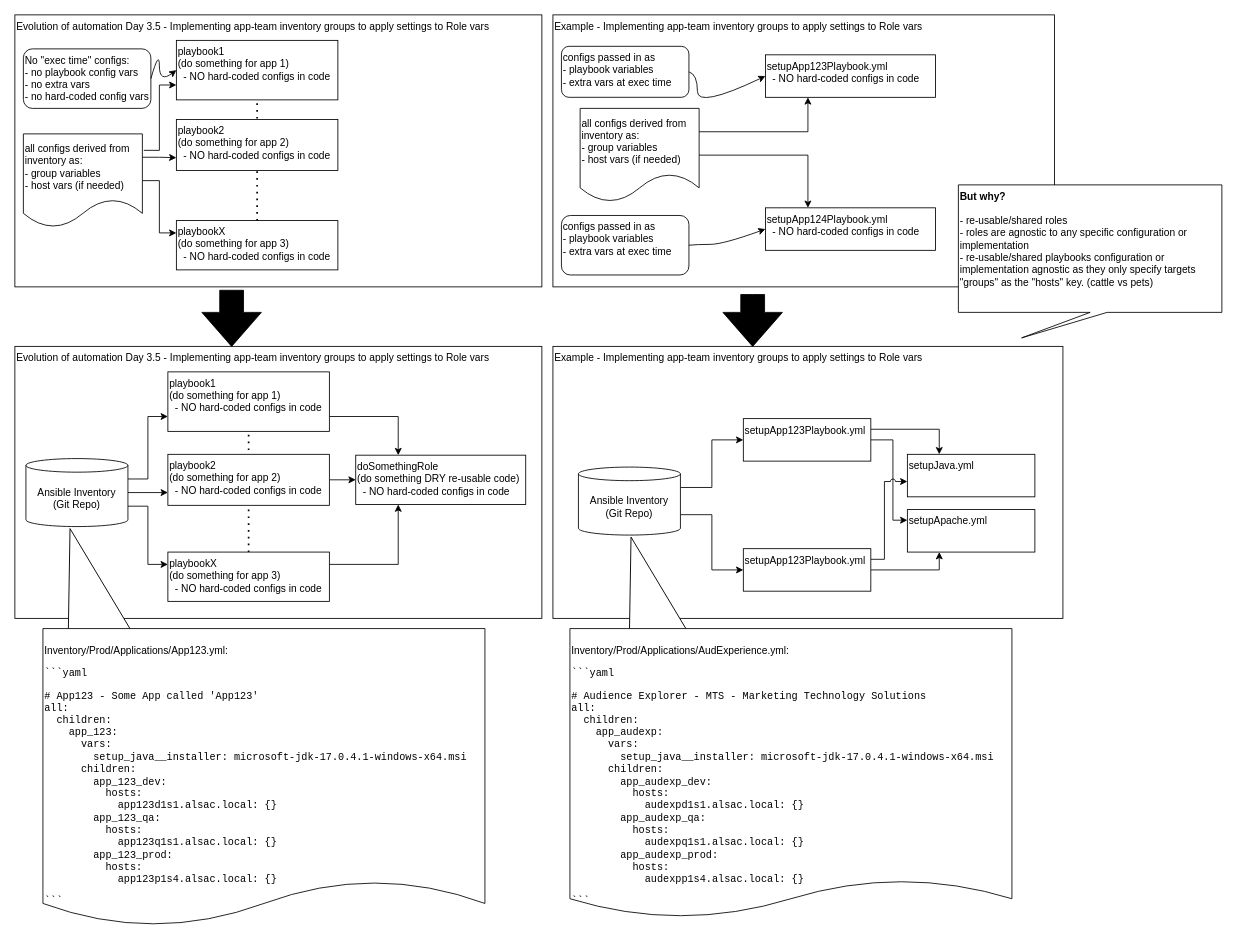
This is page 5 of 15 of docs/infrastructure-as-code/ansible-strategy.drawio from lj020326/ansible-datacenter, a draw.io file, before an edit. Source tidied: cells renumbered, new cells numbered last; positions are measured from the earlier drawing's top-left corner, leaving out a move shared by most shapes. Both pictures are drawn from the tidied source at 85%, with x=0, y=0 at pixel (14, 14).
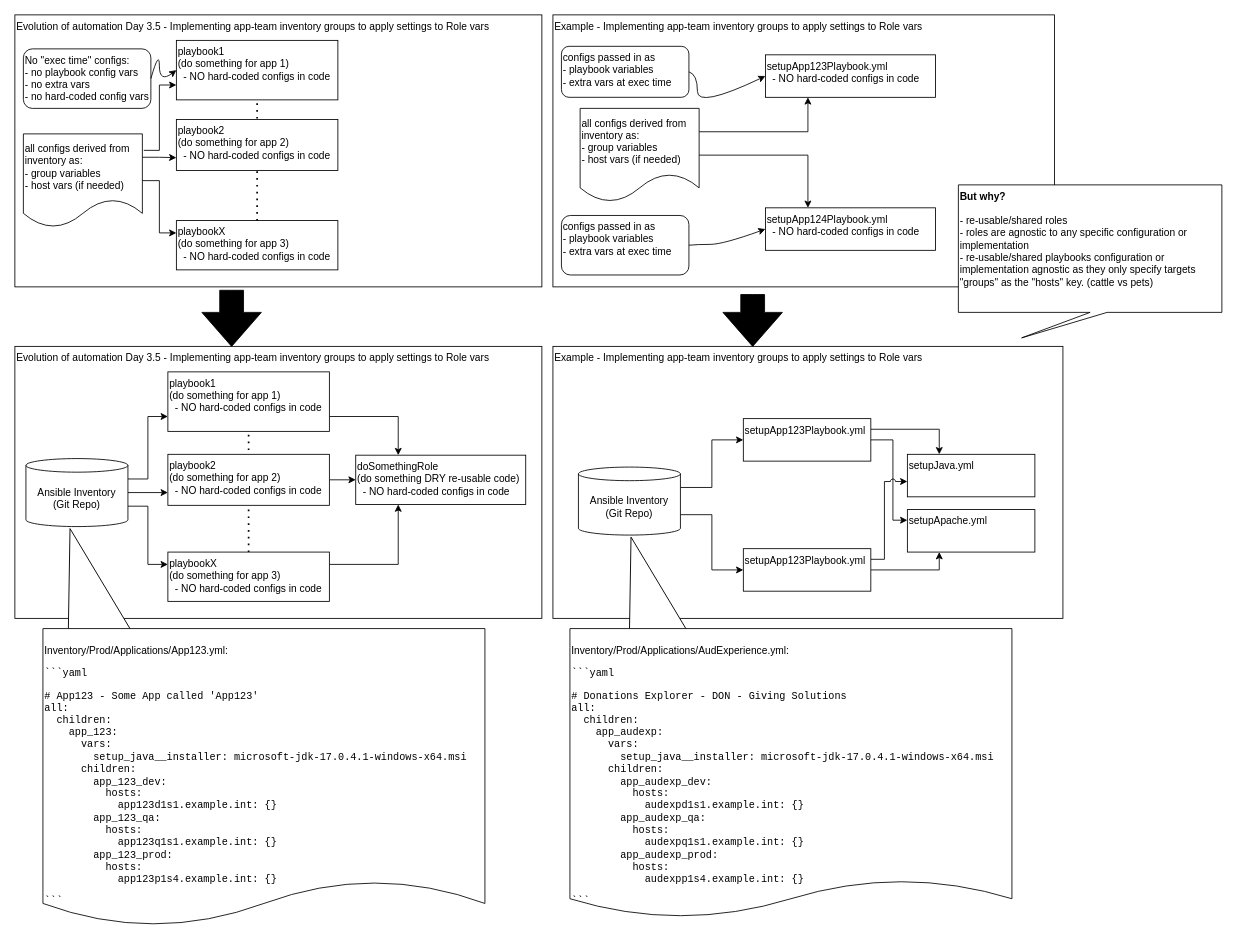
After the change.

Change to the diagram source:
````diff
@@
-    <mxCell id="48" value="&lt;pre style=&quot;overflow-wrap: break-word;&quot;&gt;&lt;span style=&quot;background-color: initial; font-family: Helvetica; white-space: normal;&quot;&gt;Inventory/Prod/Applications/App123.yml:&lt;/span&gt;&lt;br&gt;&lt;/pre&gt;&lt;pre style=&quot;overflow-wrap: break-word;&quot;&gt;```yaml&lt;/pre&gt;&lt;pre style=&quot;overflow-wrap: break-word;&quot;&gt;# App123 - Some App called 'App123'&lt;br&gt;all:&lt;br&gt;  children:&lt;br&gt;    app_123:&lt;br&gt;      vars:&lt;br&gt;        setup_java__installer: microsoft-jdk-17.0.4.1-windows-x64.msi&lt;br&gt;      children:&lt;br&gt;        app_123_dev:&lt;br&gt;          hosts:&lt;br&gt;            app123d1s1.alsac.local: {}&lt;br&gt;        app_123_qa:&lt;br&gt;          hosts:&lt;br&gt;            app123q1s1.alsac.local: {}&lt;br&gt;        app_123_prod:&lt;br&gt;          hosts:&lt;br&gt;            app123p1s4.alsac.local: {}&lt;/pre&gt;&lt;pre style=&quot;overflow-wrap: break-word;&quot;&gt;```&lt;/pre&gt;" style="shape=document;whiteSpace=wrap;html=1;boundedLbl=1;verticalAlign=top;align=left;size=0.15217391304347827;" parent="1" vertex="1">
+    <mxCell id="48" value="&lt;pre style=&quot;overflow-wrap: break-word;&quot;&gt;&lt;span style=&quot;background-color: initial; font-family: Helvetica;&quot;&gt;Inventory/Prod/Applications/App123.yml:&lt;/span&gt;&lt;br&gt;&lt;/pre&gt;&lt;pre style=&quot;overflow-wrap: break-word;&quot;&gt;```yaml&lt;/pre&gt;&lt;pre style=&quot;overflow-wrap: break-word;&quot;&gt;# App123 - Some App called 'App123'&lt;br&gt;all:&lt;br&gt;  children:&lt;br&gt;    app_123:&lt;br&gt;      vars:&lt;br&gt;        setup_java__installer: microsoft-jdk-17.0.4.1-windows-x64.msi&lt;br&gt;      children:&lt;br&gt;        app_123_dev:&lt;br&gt;          hosts:&lt;br&gt;            app123d1s1.example.int: {}&lt;br&gt;        app_123_qa:&lt;br&gt;          hosts:&lt;br&gt;            app123q1s1.example.int: {}&lt;br&gt;        app_123_prod:&lt;br&gt;          hosts:&lt;br&gt;            app123p1s4.example.int: {}&lt;br&gt;&lt;/pre&gt;&lt;pre style=&quot;overflow-wrap: break-word;&quot;&gt;```&lt;/pre&gt;" style="shape=document;whiteSpace=wrap;html=1;boundedLbl=1;verticalAlign=top;align=left;size=0.15217391304347827;" parent="1" vertex="1">
       <mxGeometry x="33" y="722" width="520" height="350" as="geometry" />
     </mxCell>
@@
-    <mxCell id="50" value="&lt;pre style=&quot;overflow-wrap: break-word;&quot;&gt;&lt;span style=&quot;background-color: initial; font-family: Helvetica; white-space: normal;&quot;&gt;Inventory/Prod/Applications/AudExperience.yml:&lt;/span&gt;&lt;br&gt;&lt;/pre&gt;&lt;pre style=&quot;overflow-wrap: break-word;&quot;&gt;```yaml&lt;/pre&gt;&lt;pre style=&quot;overflow-wrap: break-word;&quot;&gt;# Audience Explorer - MTS - Marketing Technology Solutions&lt;br&gt;all:&lt;br&gt;  children:&lt;br&gt;    app_audexp:&lt;br&gt;      vars:&lt;br&gt;        setup_java__installer: microsoft-jdk-17.0.4.1-windows-x64.msi&lt;br&gt;      children:&lt;br&gt;        app_audexp_dev:&lt;br&gt;          hosts:&lt;br&gt;            audexpd1s1.alsac.local: {}&lt;br&gt;        app_audexp_qa:&lt;br&gt;          hosts:&lt;br&gt;            audexpq1s1.alsac.local: {}&lt;br&gt;        app_audexp_prod:&lt;br&gt;          hosts:&lt;br&gt;            audexpp1s4.alsac.local: {}&lt;/pre&gt;&lt;pre style=&quot;overflow-wrap: break-word;&quot;&gt;```&lt;/pre&gt;" style="shape=document;whiteSpace=wrap;html=1;boundedLbl=1;verticalAlign=top;align=left;size=0.13043478260869565;" parent="1" vertex="1">
+    <mxCell id="50" value="&lt;pre style=&quot;overflow-wrap: break-word;&quot;&gt;&lt;span style=&quot;background-color: initial; font-family: Helvetica;&quot;&gt;Inventory/Prod/Applications/AudExperience.yml:&lt;/span&gt;&lt;br&gt;&lt;/pre&gt;&lt;pre style=&quot;overflow-wrap: break-word;&quot;&gt;```yaml&lt;/pre&gt;&lt;pre style=&quot;overflow-wrap: break-word;&quot;&gt;# Donations Explorer - DON - Giving Solutions&lt;br&gt;all:&lt;br&gt;  children:&lt;br&gt;    app_audexp:&lt;br&gt;      vars:&lt;br&gt;        setup_java__installer: microsoft-jdk-17.0.4.1-windows-x64.msi&lt;br&gt;      children:&lt;br&gt;        app_audexp_dev:&lt;br&gt;          hosts:&lt;br&gt;            audexpd1s1.example.int: {}&lt;br&gt;        app_audexp_qa:&lt;br&gt;          hosts:&lt;br&gt;            audexpq1s1.example.int: {}&lt;br&gt;        app_audexp_prod:&lt;br&gt;          hosts:&lt;br&gt;            audexpp1s4.example.int: {}&lt;br&gt;&lt;/pre&gt;&lt;pre style=&quot;overflow-wrap: break-word;&quot;&gt;```&lt;/pre&gt;" style="shape=document;whiteSpace=wrap;html=1;boundedLbl=1;verticalAlign=top;align=left;size=0.13043478260869565;" parent="1" vertex="1">
       <mxGeometry x="653" y="722" width="520" height="340" as="geometry" />
     </mxCell>
````
